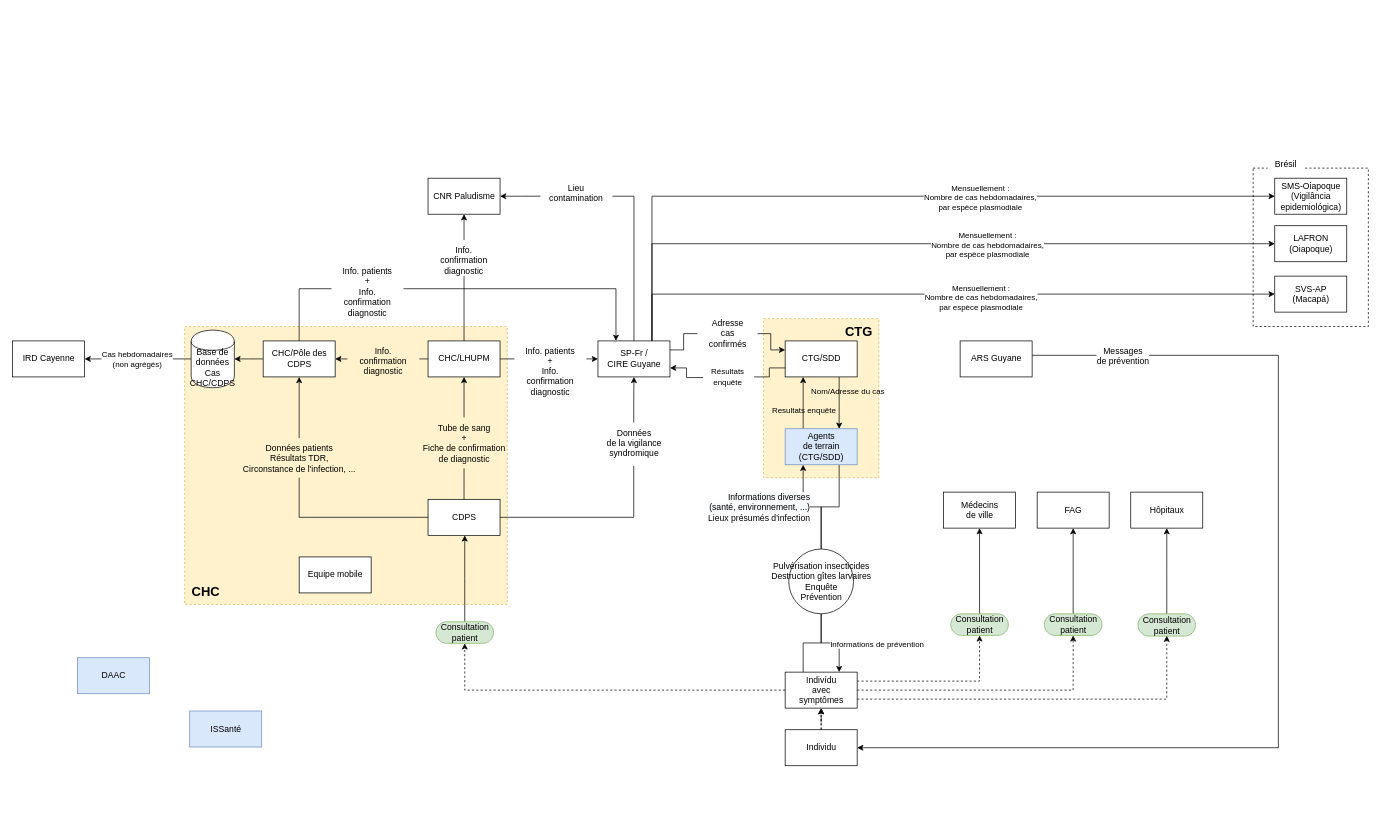
The draw.io diagram Paludisme_FR-GF.drawio in EmmanuelRouxIRD/VigiFront-Saude, before the edit. Source tidied: cells renumbered, new cells numbered last; positions are measured from the earlier drawing's top-left corner, leaving out a move shared by most shapes. Both pictures are drawn from the tidied source at 72%, with x=0, y=0 at pixel (12, 153).
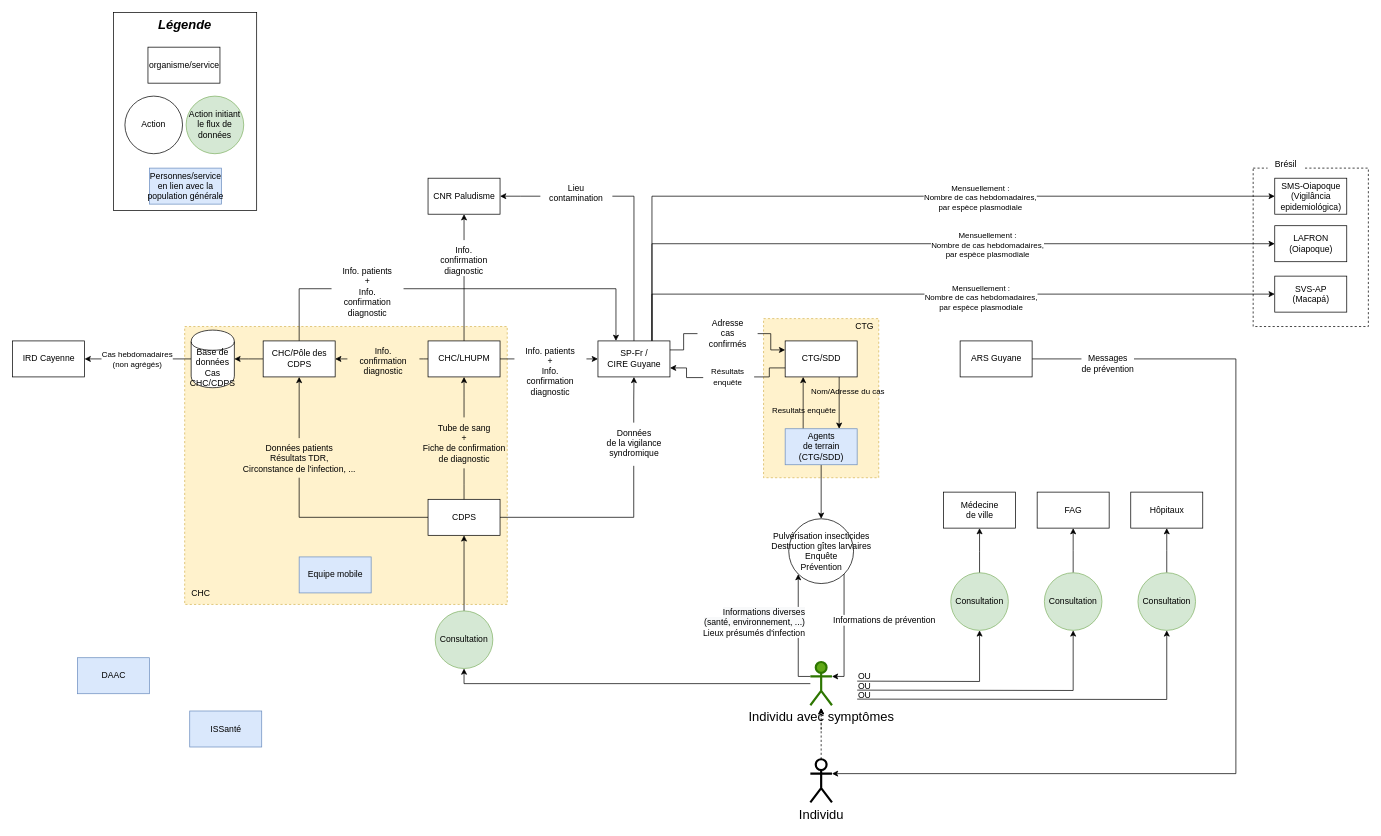
The same diagram, later.

Commit message (it also covers changes not shown here):
Mettre à jour Paludisme_FR-GF.drawio

The change refers to these unchanged cells:
```xml
<mxCell id="10" value="CDPS" style="html=1;dashed=0;whitespace=wrap;" parent="1" vertex="1">
  <mxGeometry x="577" y="480" width="100" height="50" as="geometry" />
</mxCell>
<mxCell id="33" value="FAG" style="html=1;dashed=0;whitespace=wrap;" parent="1" vertex="1">
  <mxGeometry x="1423" y="470" width="100" height="50" as="geometry" />
</mxCell>
<mxCell id="34" value="Hôpitaux" style="html=1;dashed=0;whitespace=wrap;" parent="1" vertex="1">
  <mxGeometry x="1553" y="470" width="100" height="50" as="geometry" />
</mxCell>
<mxCell id="73" value="Agents&lt;br&gt;de terrain&lt;br&gt;(CTG/SDD)" style="html=1;dashed=0;whitespace=wrap;fillColor=#dae8fc;strokeColor=#6c8ebf;" parent="1" vertex="1">
  <mxGeometry x="1073" y="382" width="100" height="50" as="geometry" />
</mxCell>
<mxCell id="85" value="ARS Guyane" style="html=1;dashed=0;whitespace=wrap;" parent="1" vertex="1">
  <mxGeometry x="1316" y="260" width="100" height="50" as="geometry" />
</mxCell>
```

What changed in the source:
```diff
@@
-    <mxCell id="27" style="edgeStyle=elbowEdgeStyle;rounded=0;jettySize=auto;html=1;startArrow=none;exitX=0.5;exitY=0.5;exitDx=0;exitDy=-15;exitPerimeter=0;" parent="1" edge="1" source="61" target="10">
-      <mxGeometry relative="1" as="geometry" />
-    </mxCell>
@@
-    <mxCell id="32" value="Médecins&lt;br&gt;de ville" style="html=1;dashed=0;whitespace=wrap;" parent="1" vertex="1">
+    <mxCell id="32" value="Médecine&lt;br&gt;de ville" style="html=1;dashed=0;whitespace=wrap;" parent="1" vertex="1">
       <mxGeometry x="1293" y="470" width="100" height="50" as="geometry" />
     </mxCell>
@@
-    <mxCell id="35" style="edgeStyle=elbowEdgeStyle;rounded=0;jettySize=auto;html=1;entryX=0.5;entryY=1;entryDx=0;entryDy=0;exitX=0.5;exitY=0.5;exitDx=0;exitDy=-15;exitPerimeter=0;" parent="1" edge="1" source="58" target="32">
-      <mxGeometry relative="1" as="geometry" />
+    <mxCell id="35" style="edgeStyle=elbowEdgeStyle;rounded=0;jettySize=auto;html=1;entryX=0.5;entryY=1;entryDx=0;entryDy=0;" parent="1" edge="1" target="32">
+      <mxGeometry relative="1" as="geometry">
+        <mxPoint x="1343" y="585" as="sourcePoint" />
+      </mxGeometry>
     </mxCell>
-    <mxCell id="36" style="edgeStyle=elbowEdgeStyle;rounded=0;jettySize=auto;html=1;entryX=0.5;entryY=1;entryDx=0;entryDy=0;exitX=0.5;exitY=0.5;exitDx=0;exitDy=-15;exitPerimeter=0;" parent="1" edge="1" source="59" target="33">
+    <mxCell id="36" style="edgeStyle=elbowEdgeStyle;rounded=0;jettySize=auto;html=1;entryX=0.5;entryY=1;entryDx=0;entryDy=0;exitX=0.5;exitY=0;exitDx=0;exitDy=0;startArrow=none;" parent="1" edge="1" source="104" target="33">
       <mxGeometry relative="1" as="geometry" />
     </mxCell>
-    <mxCell id="37" style="edgeStyle=elbowEdgeStyle;rounded=0;jettySize=auto;html=1;entryX=0.5;entryY=1;entryDx=0;entryDy=0;exitX=0.5;exitY=0.5;exitDx=0;exitDy=-15;exitPerimeter=0;" parent="1" edge="1" source="60" target="34">
+    <mxCell id="37" style="edgeStyle=elbowEdgeStyle;rounded=0;jettySize=auto;html=1;entryX=0.5;entryY=1;entryDx=0;entryDy=0;exitX=0.5;exitY=0;exitDx=0;exitDy=0;startArrow=none;" parent="1" edge="1" source="106" target="34">
       <mxGeometry relative="1" as="geometry" />
     </mxCell>
@@
-    <mxCell id="58" value="Consultation&lt;br&gt;patient" style="html=1;dashed=0;whitespace=wrap;shape=mxgraph.dfd.start;fillColor=#d5e8d4;strokeColor=#82b366;" parent="1" vertex="1">
-      <mxGeometry x="1303" y="639" width="80" height="30" as="geometry" />
-    </mxCell>
-    <mxCell id="59" value="Consultation&lt;br&gt;patient" style="html=1;dashed=0;whitespace=wrap;shape=mxgraph.dfd.start;fillColor=#d5e8d4;strokeColor=#82b366;" parent="1" vertex="1">
-      <mxGeometry x="1433" y="639" width="80" height="30" as="geometry" />
-    </mxCell>
-    <mxCell id="60" value="Consultation&lt;br&gt;patient" style="html=1;dashed=0;whitespace=wrap;shape=mxgraph.dfd.start;fillColor=#d5e8d4;strokeColor=#82b366;" parent="1" vertex="1">
-      <mxGeometry x="1563" y="639" width="80" height="31" as="geometry" />
-    </mxCell>
-    <mxCell id="61" value="Consultation&lt;br&gt;patient" style="html=1;dashed=0;whitespace=wrap;shape=mxgraph.dfd.start;fillColor=#d5e8d4;strokeColor=#82b366;" parent="1" vertex="1">
-      <mxGeometry x="588" y="650" width="80" height="30" as="geometry" />
-    </mxCell>
-    <mxCell id="62" style="edgeStyle=orthogonalEdgeStyle;rounded=0;jettySize=auto;html=1;entryX=0.5;entryY=0.5;entryDx=0;entryDy=15;entryPerimeter=0;dashed=1;" parent="1" edge="1" source="69" target="61">
-      <mxGeometry relative="1" as="geometry" />
-    </mxCell>
-    <mxCell id="63" style="edgeStyle=orthogonalEdgeStyle;rounded=0;jettySize=auto;html=1;entryX=0.25;entryY=1;entryDx=0;entryDy=0;endArrow=classic;endFill=1;" parent="1" edge="1" source="76" target="73">
+    <mxCell id="63" style="edgeStyle=orthogonalEdgeStyle;rounded=0;jettySize=auto;html=1;entryX=0.5;entryY=1;entryDx=0;entryDy=0;endArrow=none;endFill=0;startArrow=classic;startFill=1;" parent="1" edge="1" source="76" target="73">
       <mxGeometry relative="1" as="geometry" />
     </mxCell>
-    <mxCell id="64" value="&lt;font style=&quot;font-size: 12px;&quot;&gt;&lt;span style=&quot;background-color: rgb(248, 249, 250);&quot;&gt;Informations diverses&lt;br&gt;(santé, environnement, ...)&lt;br&gt;&lt;/span&gt;Lieux présumés d'infection&lt;/font&gt;" style="edgeLabel;html=1;align=right;verticalAlign=middle;" parent="63" vertex="1">
-      <mxGeometry x="-0.19" y="5" relative="1" as="geometry">
-        <mxPoint x="-10" as="offset" />
-      </mxGeometry>
-    </mxCell>
-    <mxCell id="65" style="edgeStyle=orthogonalEdgeStyle;rounded=0;jettySize=auto;html=1;exitX=1;exitY=0.25;exitDx=0;exitDy=0;entryX=0.5;entryY=0.5;entryDx=0;entryDy=15;entryPerimeter=0;endArrow=classic;endFill=1;dashed=1;" parent="1" edge="1" source="69" target="58">
-      <mxGeometry relative="1" as="geometry" />
+    <mxCell id="65" style="edgeStyle=orthogonalEdgeStyle;rounded=0;jettySize=auto;html=1;exitX=1;exitY=0.25;exitDx=0;exitDy=0;entryX=0.5;entryY=1;entryDx=0;entryDy=0;entryPerimeter=0;endArrow=classic;endFill=1;" parent="1" edge="1" target="102">
+      <mxGeometry relative="1" as="geometry">
+        <mxPoint x="1173" y="732.5" as="sourcePoint" />
+      </mxGeometry>
     </mxCell>
-    <mxCell id="66" style="edgeStyle=orthogonalEdgeStyle;rounded=0;jettySize=auto;html=1;entryX=0.5;entryY=0.5;entryDx=0;entryDy=15;entryPerimeter=0;endArrow=classic;endFill=1;exitX=1;exitY=0.5;exitDx=0;exitDy=0;dashed=1;" parent="1" edge="1" source="69" target="59">
-      <mxGeometry relative="1" as="geometry" />
+    <mxCell id="66" style="edgeStyle=orthogonalEdgeStyle;rounded=0;jettySize=auto;html=1;entryX=0.5;entryY=1;entryDx=0;entryDy=0;endArrow=classic;endFill=1;exitX=1;exitY=0.5;exitDx=0;exitDy=0;" parent="1" edge="1" target="104">
+      <mxGeometry relative="1" as="geometry">
+        <mxPoint x="1173" y="745" as="sourcePoint" />
+      </mxGeometry>
     </mxCell>
-    <mxCell id="67" style="edgeStyle=orthogonalEdgeStyle;rounded=0;jettySize=auto;html=1;exitX=1;exitY=0.75;exitDx=0;exitDy=0;entryX=0.5;entryY=0.5;entryDx=0;entryDy=15;entryPerimeter=0;endArrow=classic;endFill=1;dashed=1;" parent="1" edge="1" source="69" target="60">
-      <mxGeometry relative="1" as="geometry" />
+    <mxCell id="67" style="edgeStyle=orthogonalEdgeStyle;rounded=0;jettySize=auto;html=1;exitX=1;exitY=0.75;exitDx=0;exitDy=0;entryX=0.5;entryY=1;entryDx=0;entryDy=0;endArrow=classic;endFill=1;" parent="1" edge="1" target="106">
+      <mxGeometry relative="1" as="geometry">
+        <mxPoint x="1173" y="757.5" as="sourcePoint" />
+      </mxGeometry>
     </mxCell>
-    <mxCell id="68" style="edgeStyle=orthogonalEdgeStyle;rounded=0;jettySize=auto;html=1;exitX=0.25;exitY=0;exitDx=0;exitDy=0;entryX=0.5;entryY=1;entryDx=0;entryDy=0;endArrow=none;endFill=0;" parent="1" edge="1" source="69" target="76">
-      <mxGeometry relative="1" as="geometry" />
+    <mxCell id="68" style="edgeStyle=orthogonalEdgeStyle;rounded=0;jettySize=auto;html=1;exitX=0;exitY=0.3333333333333333;exitDx=0;exitDy=0;entryX=0;entryY=1;entryDx=0;entryDy=0;endArrow=classic;endFill=1;exitPerimeter=0;" parent="1" edge="1" source="99" target="76">
+      <mxGeometry relative="1" as="geometry">
+        <Array as="points">
+          <mxPoint x="1091" y="726" />
+        </Array>
+      </mxGeometry>
     </mxCell>
-    <mxCell id="69" value="Indivídu&lt;br&gt;avec&lt;br&gt;symptômes" style="html=1;dashed=0;whitespace=wrap;" parent="1" vertex="1">
-      <mxGeometry x="1073" y="720" width="100" height="50" as="geometry" />
-    </mxCell>
-    <mxCell id="70" style="edgeStyle=orthogonalEdgeStyle;rounded=0;jettySize=auto;html=1;endArrow=none;entryX=0.5;entryY=0;entryDx=0;entryDy=0;endFill=0;startArrow=none;exitX=0.75;exitY=1;exitDx=0;exitDy=0;" parent="1" edge="1" source="73" target="76">
-      <mxGeometry relative="1" as="geometry" />
-    </mxCell>
@@
-    <mxCell id="74" style="edgeStyle=orthogonalEdgeStyle;rounded=0;jettySize=auto;html=1;exitX=0.5;exitY=1;exitDx=0;exitDy=0;entryX=0.75;entryY=0;entryDx=0;entryDy=0;endArrow=classic;endFill=1;" parent="1" edge="1" source="76" target="69">
-      <mxGeometry relative="1" as="geometry" />
+    <mxCell id="74" style="edgeStyle=orthogonalEdgeStyle;rounded=0;jettySize=auto;html=1;exitX=1;exitY=1;exitDx=0;exitDy=0;entryX=1;entryY=0.3333333333333333;entryDx=0;entryDy=0;endArrow=classic;endFill=1;entryPerimeter=0;" parent="1" edge="1" source="76" target="99">
+      <mxGeometry relative="1" as="geometry">
+        <Array as="points">
+          <mxPoint x="1155" y="726" />
+        </Array>
+      </mxGeometry>
     </mxCell>
-    <mxCell id="75" value="&lt;span style=&quot;&quot;&gt;Informations de prévention&lt;/span&gt;" style="edgeLabel;html=1;align=left;verticalAlign=middle;" parent="74" vertex="1">
+    <mxCell id="75" value="&lt;span style=&quot;&quot;&gt;&lt;font style=&quot;font-size: 12px;&quot;&gt;Informations de prévention&lt;/font&gt;&lt;/span&gt;" style="edgeLabel;html=1;align=left;verticalAlign=middle;" parent="74" vertex="1">
       <mxGeometry x="-0.18" relative="1" as="geometry">
-        <mxPoint x="8" y="1" as="offset" />
+        <mxPoint x="-17" y="-1" as="offset" />
       </mxGeometry>
     </mxCell>
     <mxCell id="76" value="&lt;div style=&quot;&quot;&gt;&lt;div&gt;&lt;span style=&quot;background-color: initial;&quot;&gt;Pulvérisation insecticides&lt;/span&gt;&lt;/div&gt;&lt;span style=&quot;text-align: left; background-color: initial;&quot;&gt;&lt;div style=&quot;text-align: center;&quot;&gt;&lt;span style=&quot;background-color: initial;&quot;&gt;Destruction gîtes larvaires&lt;/span&gt;&lt;/div&gt;&lt;/span&gt;&lt;span style=&quot;text-align: left; background-color: initial;&quot;&gt;&lt;div style=&quot;text-align: center;&quot;&gt;&lt;span style=&quot;background-color: initial;&quot;&gt;Enquête&lt;/span&gt;&lt;/div&gt;&lt;div style=&quot;text-align: center;&quot;&gt;&lt;span style=&quot;background-color: initial;&quot;&gt;Prévention&lt;/span&gt;&lt;/div&gt;&lt;/span&gt;&lt;/div&gt;" style="shape=ellipse;html=1;dashed=0;whitespace=wrap;perimeter=ellipsePerimeter;fillColor=none;align=center;labelPosition=center;verticalLabelPosition=middle;verticalAlign=middle;" parent="1" vertex="1">
-      <mxGeometry x="1078" y="549" width="90" height="90" as="geometry" />
+      <mxGeometry x="1078" y="507" width="90" height="90" as="geometry" />
     </mxCell>
@@
-    <mxCell id="83" style="edgeStyle=orthogonalEdgeStyle;rounded=0;jettySize=auto;html=1;entryX=1;entryY=0.5;entryDx=0;entryDy=0;fontSize=12;" parent="1" edge="1" source="85" target="88">
+    <mxCell id="83" style="edgeStyle=orthogonalEdgeStyle;rounded=0;jettySize=auto;html=1;entryX=1;entryY=0.3333333333333333;entryDx=0;entryDy=0;fontSize=12;entryPerimeter=0;" parent="1" edge="1" source="85" target="88">
       <mxGeometry relative="1" as="geometry">
         <Array as="points">
-          <mxPoint x="1758" y="280" />
-          <mxPoint x="1758" y="825" />
+          <mxPoint x="1699" y="285" />
+          <mxPoint x="1699" y="861" />
         </Array>
       </mxGeometry>
     </mxCell>
@@
-    <mxCell id="86" style="edgeStyle=orthogonalEdgeStyle;rounded=0;jettySize=auto;html=1;exitX=0.5;exitY=0;exitDx=0;exitDy=0;entryX=0.5;entryY=1;entryDx=0;entryDy=0;fontSize=12;dashed=1;" parent="1" edge="1" source="88" target="69">
-      <mxGeometry relative="1" as="geometry" />
+    <mxCell id="86" style="edgeStyle=orthogonalEdgeStyle;rounded=0;orthogonalLoop=1;jettySize=auto;html=1;exitX=0.5;exitY=0;exitDx=0;exitDy=0;entryX=0.5;entryY=1;entryDx=0;entryDy=0;fontSize=12;dashed=1;" parent="1" edge="1">
+      <mxGeometry relative="1" as="geometry">
+        <mxPoint x="1123" y="800" as="sourcePoint" />
+        <mxPoint x="1123" y="770" as="targetPoint" />
+      </mxGeometry>
     </mxCell>
-    <mxCell id="87" style="edgeStyle=orthogonalEdgeStyle;rounded=0;jettySize=auto;html=1;dashed=1;fontSize=12;" parent="1" edge="1" source="88" target="69">
-      <mxGeometry relative="1" as="geometry" />
+    <mxCell id="87" style="edgeStyle=orthogonalEdgeStyle;rounded=0;jettySize=auto;html=1;dashed=1;fontSize=12;exitX=0.5;exitY=0;exitDx=0;exitDy=0;exitPerimeter=0;" parent="1" edge="1" source="88">
+      <mxGeometry relative="1" as="geometry">
+        <mxPoint x="1123" y="770" as="targetPoint" />
+        <Array as="points">
+          <mxPoint x="1123" y="808" />
+          <mxPoint x="1123" y="808" />
+        </Array>
+      </mxGeometry>
     </mxCell>
-    <mxCell id="88" value="Individu" style="html=1;dashed=0;whitespace=wrap;" parent="1" vertex="1">
-      <mxGeometry x="1073" y="800" width="100" height="50" as="geometry" />
-    </mxCell>
@@
-    <mxCell id="90" value="&lt;font style=&quot;font-size: 18px;&quot;&gt;&lt;b&gt;CHC&lt;/b&gt;&lt;/font&gt;" style="text;html=1;align=center;verticalAlign=middle;strokeColor=none;fillColor=none;fontSize=19;" parent="1" vertex="1">
-      <mxGeometry x="239" y="591" width="57" height="35" as="geometry" />
+    <mxCell id="90" value="&lt;font size=&quot;1&quot; style=&quot;&quot;&gt;&lt;span style=&quot;font-size: 12px;&quot;&gt;CHC&lt;/span&gt;&lt;/font&gt;" style="text;html=1;align=center;verticalAlign=middle;strokeColor=none;fillColor=none;fontSize=19;" parent="1" vertex="1">
+      <mxGeometry x="239" y="591" width="44" height="35" as="geometry" />
     </mxCell>
-    <mxCell id="91" value="&lt;font style=&quot;font-size: 18px;&quot;&gt;&lt;b&gt;CTG&lt;/b&gt;&lt;/font&gt;" style="text;html=1;align=center;verticalAlign=middle;strokeColor=none;fillColor=none;fontSize=19;" parent="1" vertex="1">
-      <mxGeometry x="1147" y="229" width="56" height="35" as="geometry" />
+    <mxCell id="91" value="&lt;font size=&quot;1&quot; style=&quot;&quot;&gt;&lt;span style=&quot;font-size: 12px;&quot;&gt;CTG&lt;/span&gt;&lt;/font&gt;" style="text;html=1;align=center;verticalAlign=middle;strokeColor=none;fillColor=none;fontSize=19;" parent="1" vertex="1">
+      <mxGeometry x="1161.5" y="220" width="43" height="35" as="geometry" />
     </mxCell>
@@
-    <mxCell id="94" value="Equipe mobile" style="html=1;dashed=0;whitespace=wrap;" parent="1" vertex="1">
+    <mxCell id="94" value="Equipe mobile" style="html=1;dashed=0;whitespace=wrap;fillColor=#dae8fc;strokeColor=#6c8ebf;" parent="1" vertex="1">
       <mxGeometry x="398" y="560" width="100" height="50" as="geometry" />
     </mxCell>
+    <mxCell id="95" value="&lt;b&gt;&lt;i&gt;Légende&lt;/i&gt;&lt;/b&gt;" style="rounded=0;whiteSpace=wrap;html=1;fontSize=18;align=center;verticalAlign=top;fillColor=default;" parent="1" vertex="1">
+      <mxGeometry x="140" y="-196" width="199" height="275" as="geometry" />
+    </mxCell>
+    <mxCell id="96" value="Personnes/service&lt;br&gt;en lien avec la&lt;br&gt;population générale" style="html=1;dashed=0;whitespace=wrap;fillColor=#dae8fc;strokeColor=#6c8ebf;" parent="1" vertex="1">
+      <mxGeometry x="190" y="20" width="100" height="50" as="geometry" />
+    </mxCell>
+    <mxCell id="97" value="organisme/service" style="html=1;dashed=0;whitespace=wrap;" parent="1" vertex="1">
+      <mxGeometry x="188" y="-148" width="100" height="50" as="geometry" />
+    </mxCell>
+    <mxCell id="88" value="Individu" style="shape=umlActor;verticalLabelPosition=bottom;verticalAlign=top;html=1;outlineConnect=0;labelBackgroundColor=none;fontSize=18;strokeWidth=3;" parent="1" vertex="1">
+      <mxGeometry x="1108" y="841" width="30" height="60" as="geometry" />
+    </mxCell>
+    <mxCell id="98" style="edgeStyle=orthogonalEdgeStyle;rounded=0;jettySize=auto;html=1;entryX=0.5;entryY=1;entryDx=0;entryDy=0;fontSize=12;fontColor=#000000;startArrow=none;startFill=0;endArrow=classic;endFill=1;" parent="1" edge="1" source="99" target="101">
+      <mxGeometry relative="1" as="geometry" />
+    </mxCell>
+    <mxCell id="99" value="&lt;font color=&quot;#000000&quot;&gt;Individu avec symptômes&lt;/font&gt;" style="shape=umlActor;verticalLabelPosition=bottom;verticalAlign=top;html=1;outlineConnect=0;labelBackgroundColor=none;fontSize=18;fillColor=#60a917;strokeColor=#2D7600;fontColor=#ffffff;strokeWidth=3;" parent="1" vertex="1">
+      <mxGeometry x="1108" y="706" width="30" height="60" as="geometry" />
+    </mxCell>
+    <mxCell id="64" value="&lt;font style=&quot;font-size: 12px;&quot;&gt;&lt;span style=&quot;background-color: rgb(248, 249, 250);&quot;&gt;Informations diverses&lt;br&gt;(santé, environnement, ...)&lt;br&gt;&lt;/span&gt;Lieux présumés d'infection&lt;/font&gt;" style="edgeLabel;html=1;align=right;verticalAlign=middle;" parent="1" vertex="1">
+      <mxGeometry x="1101" y="650" as="geometry" />
+    </mxCell>
+    <mxCell id="100" style="edgeStyle=orthogonalEdgeStyle;rounded=0;jettySize=auto;html=1;entryX=0.5;entryY=1;entryDx=0;entryDy=0;fontSize=12;fontColor=#000000;startArrow=none;startFill=0;endArrow=classic;endFill=1;" parent="1" edge="1" source="101" target="10">
+      <mxGeometry relative="1" as="geometry" />
+    </mxCell>
+    <mxCell id="101" value="Consultation" style="ellipse;whiteSpace=wrap;html=1;labelBackgroundColor=none;strokeWidth=1;fontSize=12;fillColor=#d5e8d4;strokeColor=#82b366;" parent="1" vertex="1">
+      <mxGeometry x="587" y="635" width="80" height="80" as="geometry" />
+    </mxCell>
+    <mxCell id="102" value="Consultation" style="ellipse;whiteSpace=wrap;html=1;labelBackgroundColor=none;strokeWidth=1;fontSize=12;fillColor=#d5e8d4;strokeColor=#82b366;" parent="1" vertex="1">
+      <mxGeometry x="1303" y="582" width="80" height="80" as="geometry" />
+    </mxCell>
+    <mxCell id="103" style="edgeStyle=elbowEdgeStyle;rounded=0;jettySize=auto;html=1;entryX=0.5;entryY=1;entryDx=0;entryDy=0;exitX=0.5;exitY=0.5;exitDx=0;exitDy=-15;exitPerimeter=0;endArrow=none;" parent="1" edge="1" target="104">
+      <mxGeometry relative="1" as="geometry">
+        <mxPoint x="1473" y="639" as="sourcePoint" />
+      </mxGeometry>
+    </mxCell>
+    <mxCell id="104" value="Consultation" style="ellipse;whiteSpace=wrap;html=1;labelBackgroundColor=none;strokeWidth=1;fontSize=12;fillColor=#d5e8d4;strokeColor=#82b366;" parent="1" vertex="1">
+      <mxGeometry x="1433" y="582" width="80" height="80" as="geometry" />
+    </mxCell>
+    <mxCell id="105" style="edgeStyle=elbowEdgeStyle;rounded=0;jettySize=auto;html=1;entryX=0.5;entryY=1;entryDx=0;entryDy=0;exitX=0.5;exitY=0.5;exitDx=0;exitDy=-15;exitPerimeter=0;endArrow=none;" parent="1" edge="1" target="106">
+      <mxGeometry relative="1" as="geometry">
+        <mxPoint x="1603" y="639.5" as="sourcePoint" />
+      </mxGeometry>
+    </mxCell>
+    <mxCell id="106" value="Consultation" style="ellipse;whiteSpace=wrap;html=1;labelBackgroundColor=none;strokeWidth=1;fontSize=12;fillColor=#d5e8d4;strokeColor=#82b366;" parent="1" vertex="1">
+      <mxGeometry x="1563" y="582" width="80" height="80" as="geometry" />
+    </mxCell>
+    <mxCell id="107" value="OU" style="text;html=1;align=center;verticalAlign=middle;strokeColor=none;fillColor=none;fontSize=12;fontColor=#000000;" parent="1" vertex="1">
+      <mxGeometry x="1165" y="713" width="36" height="26" as="geometry" />
+    </mxCell>
+    <mxCell id="108" value="OU" style="text;html=1;align=center;verticalAlign=middle;strokeColor=none;fillColor=none;fontSize=12;fontColor=#000000;" parent="1" vertex="1">
+      <mxGeometry x="1165" y="727" width="36" height="26" as="geometry" />
+    </mxCell>
+    <mxCell id="109" value="OU" style="text;html=1;align=center;verticalAlign=middle;strokeColor=none;fillColor=none;fontSize=12;fontColor=#000000;" parent="1" vertex="1">
+      <mxGeometry x="1165" y="739" width="36" height="26" as="geometry" />
+    </mxCell>
+    <mxCell id="110" value="Action" style="ellipse;whiteSpace=wrap;html=1;labelBackgroundColor=none;strokeWidth=1;fontSize=12;" parent="1" vertex="1">
+      <mxGeometry x="156" y="-80" width="80" height="80" as="geometry" />
+    </mxCell>
+    <mxCell id="111" value="Action initiant le flux de données" style="ellipse;whiteSpace=wrap;html=1;labelBackgroundColor=none;strokeWidth=1;fontSize=12;fillColor=#d5e8d4;strokeColor=#82b366;" parent="1" vertex="1">
+      <mxGeometry x="241" y="-80" width="80" height="80" as="geometry" />
+    </mxCell>
```
